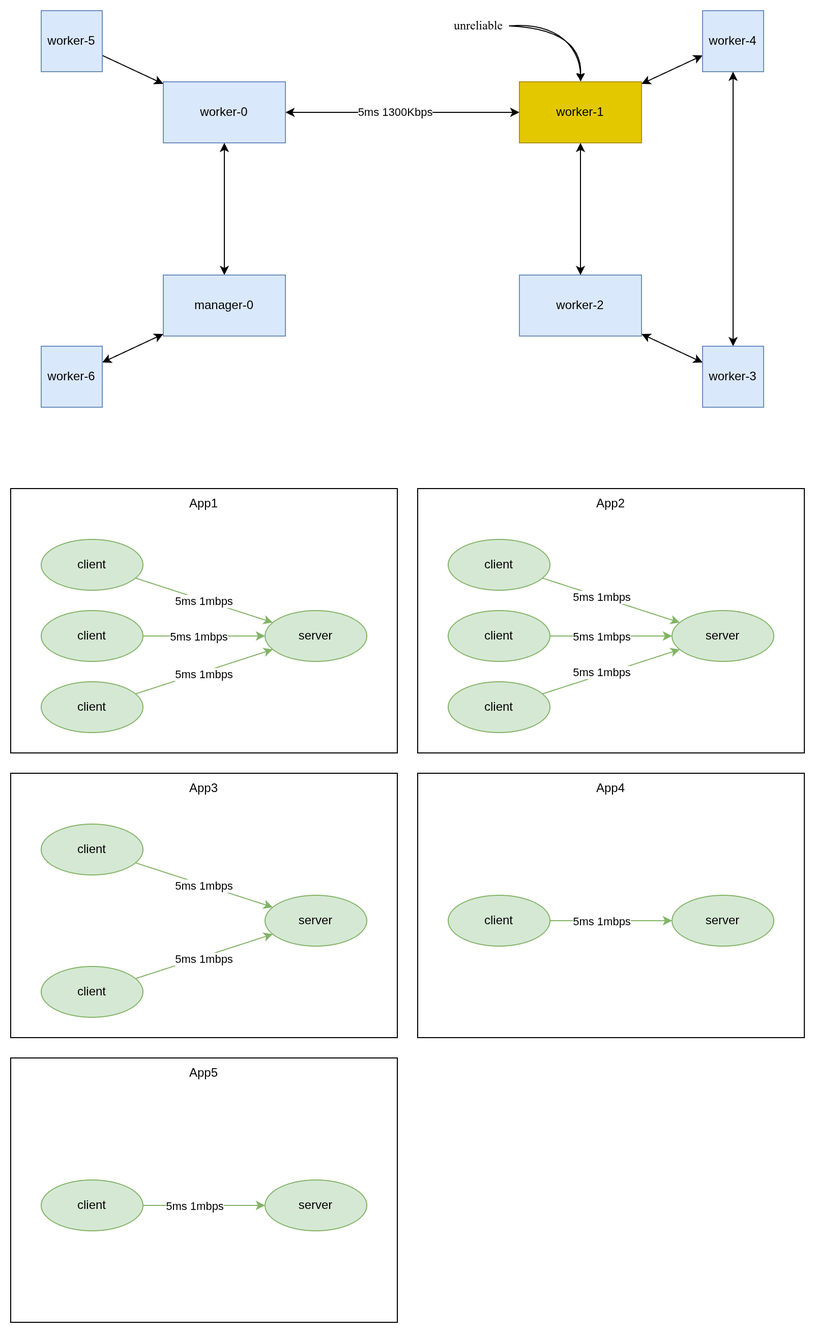
The draw.io diagram emulator/exp-1/setup.drawio.png in kr-0-n/k8_scheduler_experiments, before a commit. Source tidied: cells renumbered, new cells last; positions are measured from the earlier drawing's top-left corner, leaving out a move shared by most shapes.
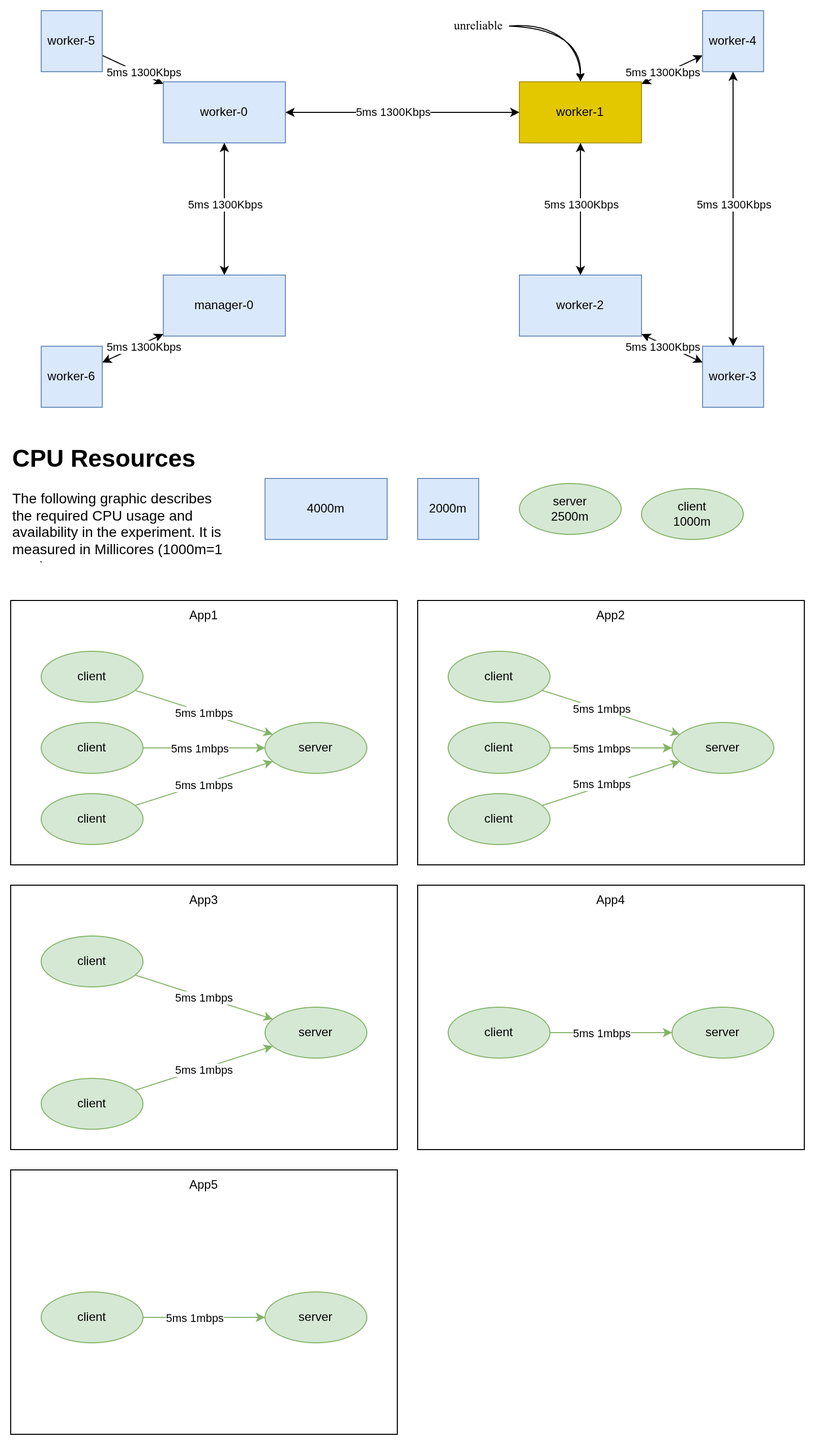
After the change.

The edit, as a diff of the source:
```diff
@@ -6,16 +6,16 @@
       <mxGeometry y="470" width="380" height="260" as="geometry" />
     </mxCell>
     <mxCell id="3" value="worker-0" style="rounded=0;whiteSpace=wrap;html=1;fillColor=#dae8fc;strokeColor=#6c8ebf;" parent="1" vertex="1">
-      <mxGeometry x="150" y="70" width="120" height="60" as="geometry" />
+      <mxGeometry x="150" y="-40" width="120" height="60" as="geometry" />
     </mxCell>
     <mxCell id="4" style="edgeStyle=orthogonalEdgeStyle;rounded=0;jettySize=auto;html=1;startArrow=classic;startFill=1;" parent="1" edge="1" source="5" target="3">
       <mxGeometry relative="1" as="geometry" />
     </mxCell>
     <mxCell id="5" value="manager-0" style="rounded=0;whiteSpace=wrap;html=1;fillColor=#dae8fc;strokeColor=#6c8ebf;" parent="1" vertex="1">
-      <mxGeometry x="150" y="260" width="120" height="60" as="geometry" />
+      <mxGeometry x="150" y="150" width="120" height="60" as="geometry" />
     </mxCell>
     <mxCell id="6" value="worker-2" style="rounded=0;whiteSpace=wrap;html=1;fillColor=#dae8fc;strokeColor=#6c8ebf;" parent="1" vertex="1">
-      <mxGeometry x="500" y="260" width="120" height="60" as="geometry" />
+      <mxGeometry x="500" y="150" width="120" height="60" as="geometry" />
     </mxCell>
     <mxCell id="7" style="edgeStyle=orthogonalEdgeStyle;rounded=0;jettySize=auto;html=1;startArrow=classic;startFill=1;strokeColor=light-dark(#000000,#000000);" parent="1" edge="1" source="10" target="3">
       <mxGeometry relative="1" as="geometry" />
@@ -29,13 +29,13 @@
       <mxGeometry relative="1" as="geometry" />
     </mxCell>
     <mxCell id="10" value="worker-1" style="rounded=0;whiteSpace=wrap;html=1;fillColor=#e3c800;fontColor=#000000;strokeColor=#B09500;" parent="1" vertex="1">
-      <mxGeometry x="500" y="70" width="120" height="60" as="geometry" />
+      <mxGeometry x="500" y="-40" width="120" height="60" as="geometry" />
     </mxCell>
     <mxCell id="11" style="rounded=0;jettySize=auto;html=1;startArrow=classic;startFill=1;" parent="1" edge="1" source="12" target="10">
       <mxGeometry relative="1" as="geometry" />
     </mxCell>
     <mxCell id="12" value="worker-4" style="rounded=0;whiteSpace=wrap;html=1;fillColor=#dae8fc;strokeColor=#6c8ebf;" parent="1" vertex="1">
-      <mxGeometry x="680" width="60" height="60" as="geometry" />
+      <mxGeometry x="680" y="-110" width="60" height="60" as="geometry" />
     </mxCell>
     <mxCell id="13" style="rounded=0;jettySize=auto;html=1;startArrow=classic;startFill=1;" parent="1" edge="1" source="15" target="6">
       <mxGeometry relative="1" as="geometry" />
@@ -44,25 +44,25 @@
       <mxGeometry relative="1" as="geometry" />
     </mxCell>
     <mxCell id="15" value="worker-3" style="rounded=0;whiteSpace=wrap;html=1;fillColor=#dae8fc;strokeColor=#6c8ebf;" parent="1" vertex="1">
-      <mxGeometry x="680" y="330" width="60" height="60" as="geometry" />
+      <mxGeometry x="680" y="220" width="60" height="60" as="geometry" />
     </mxCell>
     <mxCell id="16" style="rounded=0;jettySize=auto;html=1;startArrow=classic;startFill=1;" parent="1" edge="1" source="17" target="5">
       <mxGeometry relative="1" as="geometry" />
     </mxCell>
     <mxCell id="17" value="worker-6" style="rounded=0;whiteSpace=wrap;html=1;fillColor=#dae8fc;strokeColor=#6c8ebf;" parent="1" vertex="1">
-      <mxGeometry x="30" y="330" width="60" height="60" as="geometry" />
+      <mxGeometry x="30" y="220" width="60" height="60" as="geometry" />
     </mxCell>
     <mxCell id="18" style="rounded=0;jettySize=auto;html=1;" parent="1" edge="1" source="19" target="3">
       <mxGeometry relative="1" as="geometry" />
     </mxCell>
     <mxCell id="19" value="worker-5" style="rounded=0;whiteSpace=wrap;html=1;fillColor=#dae8fc;strokeColor=#6c8ebf;" parent="1" vertex="1">
-      <mxGeometry x="30" width="60" height="60" as="geometry" />
+      <mxGeometry x="30" y="-110" width="60" height="60" as="geometry" />
     </mxCell>
     <mxCell id="20" style="edgeStyle=orthogonalEdgeStyle;rounded=0;jettySize=auto;html=1;sketch=1;curveFitting=1;jiggle=2;curved=1;" parent="1" edge="1" source="21" target="10">
       <mxGeometry relative="1" as="geometry" />
     </mxCell>
     <mxCell id="21" value="unreliable" style="text;html=1;whiteSpace=wrap;strokeColor=none;fillColor=none;align=center;verticalAlign=middle;rounded=0;sketch=1;curveFitting=1;jiggle=2;fontFamily=Comic Sans MS;" parent="1" vertex="1">
-      <mxGeometry x="430" width="60" height="30" as="geometry" />
+      <mxGeometry x="430" y="-110" width="60" height="30" as="geometry" />
     </mxCell>
     <mxCell id="22" style="edgeStyle=orthogonalEdgeStyle;rounded=0;jettySize=auto;html=1;fillColor=#d5e8d4;strokeColor=#82b366;" parent="1" edge="1" source="24" target="25">
       <mxGeometry relative="1" as="geometry" />
@@ -206,5 +206,41 @@
     <mxCell id="65" value="5ms 1mbps" style="edgeLabel;html=1;align=center;verticalAlign=middle;" parent="1" vertex="1">
       <mxGeometry x="180" y="1175" as="geometry" />
     </mxCell>
+    <mxCell id="66" value="5ms 1300Kbps" style="edgeLabel;html=1;align=center;verticalAlign=middle;" parent="1" vertex="1">
+      <mxGeometry x="560" y="80" as="geometry" />
+    </mxCell>
+    <mxCell id="67" value="5ms 1300Kbps" style="edgeLabel;html=1;align=center;verticalAlign=middle;" parent="1" vertex="1">
+      <mxGeometry x="210" y="80" as="geometry" />
+    </mxCell>
+    <mxCell id="68" value="5ms 1300Kbps" style="edgeLabel;html=1;align=center;verticalAlign=middle;" parent="1" vertex="1">
+      <mxGeometry x="130" y="-50" as="geometry" />
+    </mxCell>
+    <mxCell id="69" value="5ms 1300Kbps" style="edgeLabel;html=1;align=center;verticalAlign=middle;" parent="1" vertex="1">
+      <mxGeometry x="640" y="-50" as="geometry" />
+    </mxCell>
+    <mxCell id="70" value="5ms 1300Kbps" style="edgeLabel;html=1;align=center;verticalAlign=middle;" parent="1" vertex="1">
+      <mxGeometry x="710" y="80" as="geometry" />
+    </mxCell>
+    <mxCell id="71" value="5ms 1300Kbps" style="edgeLabel;html=1;align=center;verticalAlign=middle;" parent="1" vertex="1">
+      <mxGeometry x="640" y="220" as="geometry" />
+    </mxCell>
+    <mxCell id="72" value="5ms 1300Kbps" style="edgeLabel;html=1;align=center;verticalAlign=middle;" parent="1" vertex="1">
+      <mxGeometry x="130" y="220" as="geometry" />
+    </mxCell>
+    <mxCell id="73" value="4000m" style="rounded=0;whiteSpace=wrap;html=1;fillColor=#dae8fc;strokeColor=#6c8ebf;" parent="1" vertex="1">
+      <mxGeometry x="250" y="350" width="120" height="60" as="geometry" />
+    </mxCell>
+    <mxCell id="74" value="2000m" style="rounded=0;whiteSpace=wrap;html=1;fillColor=#dae8fc;strokeColor=#6c8ebf;" parent="1" vertex="1">
+      <mxGeometry x="400" y="350" width="60" height="60" as="geometry" />
+    </mxCell>
+    <mxCell id="75" value="server&lt;div&gt;2500m&lt;/div&gt;" style="ellipse;whiteSpace=wrap;html=1;fillColor=#d5e8d4;strokeColor=#82b366;" parent="1" vertex="1">
+      <mxGeometry x="500" y="355" width="100" height="50" as="geometry" />
+    </mxCell>
+    <mxCell id="76" value="client&lt;br&gt;1000m" style="ellipse;whiteSpace=wrap;html=1;fillColor=#d5e8d4;strokeColor=#82b366;" parent="1" vertex="1">
+      <mxGeometry x="620" y="360" width="100" height="50" as="geometry" />
+    </mxCell>
+    <mxCell id="77" value="&lt;h1 style=&quot;margin-top: 0px;&quot;&gt;CPU Resources&lt;/h1&gt;&lt;p&gt;&lt;font style=&quot;font-size: 14px;&quot;&gt;The following graphic describes the required CPU usage and availability in the experiment. It is measured in Millicores (1000m=1 core)&lt;/font&gt;&lt;/p&gt;" style="text;html=1;whiteSpace=wrap;overflow=hidden;rounded=0;" parent="1" vertex="1">
+      <mxGeometry y="310" width="210" height="120" as="geometry" />
+    </mxCell>
   </root>
 </mxGraphModel>
```
